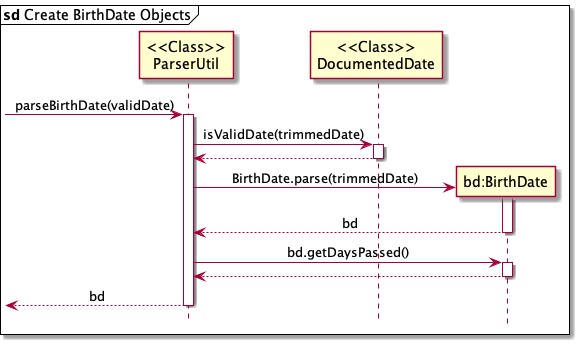
Above: docs/images/BirthDateCreationSequenceDiagram.png in pyk595/tp (PlantUML), before the change. Source of this version:
```plantuml
@startuml

mainframe **sd** Create BirthDate Objects
hide footbox

skinparam Sequence {
    MessageAlign center
    BoxFontSize 15
    BoxPadding 0
    BoxFontColor #FFFFFF
    FontName Arial
}
Participant "<<Class>>\nParserUtil" as util
Participant "<<Class>>\nDocumentedDate" as dd
Participant "bd:BirthDate" as bd


->util: parseBirthDate(validDate)
activate util

util -> dd: isValidDate(trimmedDate)
activate dd
dd --> util
deactivate dd

Create bd
util -> bd: BirthDate.parse(trimmedDate)
activate bd

bd --> util: bd
deactivate bd

util -> bd: bd.getDaysPassed()
activate bd
bd --> util
deactivate bd

<--util: bd
deactivate util

@enduml
```
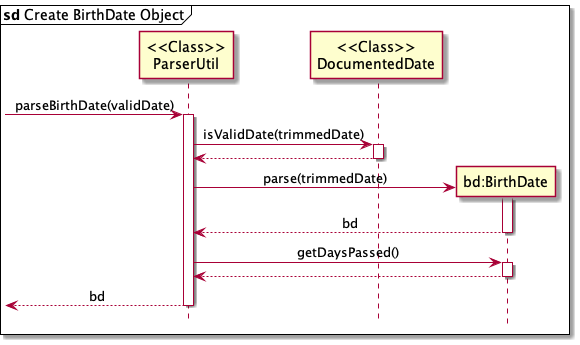
The same diagram one commit later.

The edit, as a diff of the source:
```diff
@@ -1,6 +1,6 @@
 @startuml
 
-mainframe **sd** Create BirthDate Objects
+mainframe **sd** Create BirthDate Object
 hide footbox
 
 skinparam Sequence {
@@ -24,13 +24,13 @@
 deactivate dd
 
 Create bd
-util -> bd: BirthDate.parse(trimmedDate)
+util -> bd: parse(trimmedDate)
 activate bd
 
 bd --> util: bd
 deactivate bd
 
-util -> bd: bd.getDaysPassed()
+util -> bd: getDaysPassed()
 activate bd
 bd --> util
 deactivate bd
```
